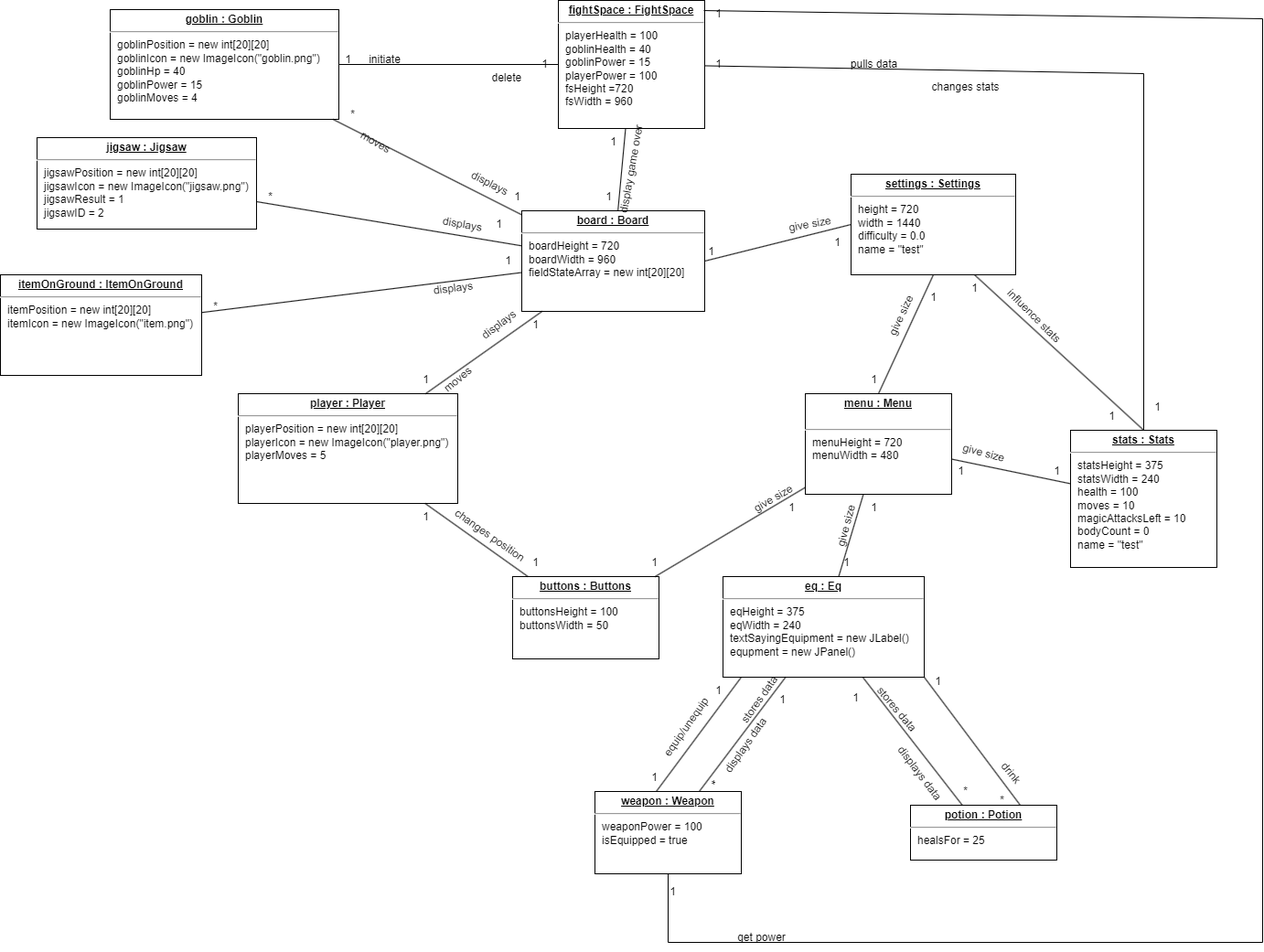
Above: diagram_obiektów.png in jacob-w4/Java-simple-game (draw.io), before the change. Source tidied: cells renumbered, new cells last; positions are measured from the earlier drawing's top-left corner, leaving out a move shared by most shapes.
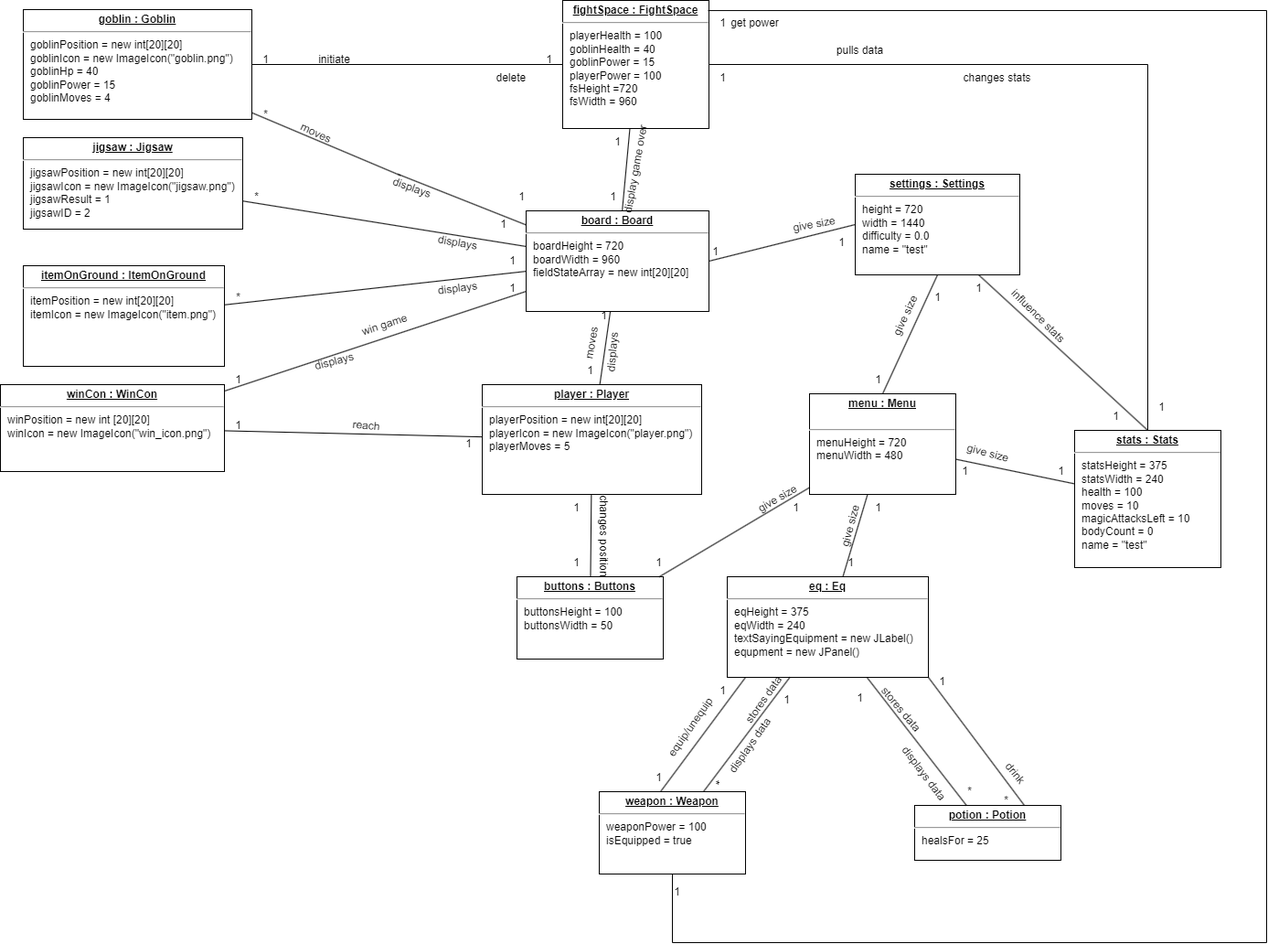
After the commit.

The edit, as a diff of the source:
```diff
@@ -30,16 +30,16 @@
       <mxGeometry x="610" width="160" height="140" as="geometry" />
     </mxCell>
     <mxCell id="11" value="&lt;p style=&quot;margin:0px;margin-top:4px;text-align:center;text-decoration:underline;&quot;&gt;&lt;b&gt;goblin : Goblin&lt;/b&gt;&lt;/p&gt;&lt;hr&gt;&lt;p style=&quot;margin:0px;margin-left:8px;&quot;&gt;goblinPosition = new int[20][20]&lt;/p&gt;&lt;p style=&quot;margin:0px;margin-left:8px;&quot;&gt;goblinIcon = new ImageIcon(&quot;goblin.png&quot;)&lt;/p&gt;&lt;p style=&quot;margin:0px;margin-left:8px;&quot;&gt;goblinHp = 40&lt;/p&gt;&lt;p style=&quot;margin:0px;margin-left:8px;&quot;&gt;goblinPower = 15&lt;/p&gt;&lt;p style=&quot;margin:0px;margin-left:8px;&quot;&gt;goblinMoves = 4&lt;/p&gt;" style="verticalAlign=top;align=left;overflow=fill;fontSize=12;fontFamily=Helvetica;html=1;whiteSpace=wrap;" parent="1" vertex="1">
-      <mxGeometry x="120" y="10" width="250" height="120" as="geometry" />
+      <mxGeometry x="20" y="10" width="250" height="120" as="geometry" />
     </mxCell>
     <mxCell id="12" value="&lt;p style=&quot;margin:0px;margin-top:4px;text-align:center;text-decoration:underline;&quot;&gt;&lt;b&gt;player : Player&lt;/b&gt;&lt;/p&gt;&lt;hr&gt;&lt;p style=&quot;margin:0px;margin-left:8px;&quot;&gt;playerPosition = new int[20][20]&lt;br&gt;playerIcon = new ImageIcon(&quot;player.png&quot;)&lt;br&gt;playerMoves = 5&lt;/p&gt;&lt;p style=&quot;margin:0px;margin-left:8px;&quot;&gt;&lt;br&gt;&lt;/p&gt;" style="verticalAlign=top;align=left;overflow=fill;fontSize=12;fontFamily=Helvetica;html=1;whiteSpace=wrap;" parent="1" vertex="1">
-      <mxGeometry x="260" y="430" width="240" height="120" as="geometry" />
+      <mxGeometry x="522" y="420" width="240" height="120" as="geometry" />
     </mxCell>
     <mxCell id="13" value="&lt;p style=&quot;margin:0px;margin-top:4px;text-align:center;text-decoration:underline;&quot;&gt;&lt;b&gt;jigsaw : Jigsaw&lt;/b&gt;&lt;/p&gt;&lt;hr&gt;&lt;p style=&quot;margin:0px;margin-left:8px;&quot;&gt;jigsawPosition = new int[20][20]&lt;/p&gt;&lt;p style=&quot;margin:0px;margin-left:8px;&quot;&gt;jigsawIcon = new ImageIcon(&quot;jigsaw.png&quot;)&lt;/p&gt;&lt;p style=&quot;margin:0px;margin-left:8px;&quot;&gt;jigsawResult = 1&lt;/p&gt;&lt;p style=&quot;margin:0px;margin-left:8px;&quot;&gt;jigsawID = 2&lt;/p&gt;" style="verticalAlign=top;align=left;overflow=fill;fontSize=12;fontFamily=Helvetica;html=1;whiteSpace=wrap;" parent="1" vertex="1">
-      <mxGeometry x="40" y="150" width="240" height="100" as="geometry" />
+      <mxGeometry x="20" y="150" width="240" height="100" as="geometry" />
     </mxCell>
     <mxCell id="14" value="&lt;p style=&quot;margin:0px;margin-top:4px;text-align:center;text-decoration:underline;&quot;&gt;&lt;b&gt;itemOnGround : ItemOnGround&lt;/b&gt;&lt;/p&gt;&lt;hr&gt;&lt;p style=&quot;margin:0px;margin-left:8px;&quot;&gt;itemPosition = new int[20][20]&lt;/p&gt;&lt;p style=&quot;margin:0px;margin-left:8px;&quot;&gt;itemIcon = new ImageIcon(&quot;item.png&quot;)&lt;/p&gt;" style="verticalAlign=top;align=left;overflow=fill;fontSize=12;fontFamily=Helvetica;html=1;whiteSpace=wrap;" parent="1" vertex="1">
-      <mxGeometry y="300" width="220" height="110" as="geometry" />
+      <mxGeometry x="20" y="290" width="220" height="110" as="geometry" />
     </mxCell>
     <mxCell id="15" style="endArrow=none;html=1;rounded=0;entryX=0.5;entryY=1;entryDx=0;entryDy=0;exitX=0.5;exitY=0;exitDx=0;exitDy=0;" parent="1" edge="1" source="3" target="2">
       <mxGeometry relative="1" as="geometry" />
@@ -80,8 +80,8 @@
     <mxCell id="27" style="endArrow=none;html=1;rounded=0;" parent="1" edge="1" source="4" target="12">
       <mxGeometry relative="1" as="geometry" />
     </mxCell>
-    <mxCell id="28" value="changes position" style="text;html=1;align=center;verticalAlign=middle;strokeColor=none;fillColor=none;rotation=35;" parent="1" vertex="1">
-      <mxGeometry x="480" y="570" width="110" height="30" as="geometry" />
+    <mxCell id="28" value="changes position" style="text;html=1;align=center;verticalAlign=middle;strokeColor=none;fillColor=none;rotation=90;" parent="1" vertex="1">
+      <mxGeometry x="600" y="570" width="110" height="30" as="geometry" />
     </mxCell>
     <mxCell id="29" style="endArrow=none;html=1;rounded=0;" parent="1" edge="1" source="7" target="6">
       <mxGeometry relative="1" as="geometry" />
@@ -145,102 +145,96 @@
     <mxCell id="48" style="endArrow=none;html=1;rounded=0;" parent="1" edge="1" source="13" target="9">
       <mxGeometry relative="1" as="geometry" />
     </mxCell>
-    <mxCell id="49" style="endArrow=none;html=1;rounded=0;" parent="1" edge="1" source="11" target="9">
-      <mxGeometry relative="1" as="geometry" />
-    </mxCell>
     <mxCell id="50" style="endArrow=none;html=1;rounded=0;" parent="1" edge="1" source="14" target="9">
       <mxGeometry relative="1" as="geometry" />
     </mxCell>
     <mxCell id="51" value="displays" style="text;html=1;align=center;verticalAlign=middle;strokeColor=none;fillColor=none;rotation=-7;" parent="1" vertex="1">
       <mxGeometry x="460" y="300" width="70" height="30" as="geometry" />
     </mxCell>
-    <mxCell id="52" value="displays" style="text;html=1;align=center;verticalAlign=middle;strokeColor=none;fillColor=none;rotation=27;" parent="1" vertex="1">
-      <mxGeometry x="500" y="185" width="70" height="30" as="geometry" />
-    </mxCell>
     <mxCell id="53" value="displays" style="text;html=1;align=center;verticalAlign=middle;strokeColor=none;fillColor=none;rotation=10;" parent="1" vertex="1">
-      <mxGeometry x="470" y="230" width="70" height="30" as="geometry" />
+      <mxGeometry x="460" y="250" width="70" height="30" as="geometry" />
     </mxCell>
-    <mxCell id="54" value="displays" style="text;html=1;align=center;verticalAlign=middle;strokeColor=none;fillColor=none;rotation=-37;" parent="1" vertex="1">
-      <mxGeometry x="510" y="340" width="70" height="30" as="geometry" />
+    <mxCell id="54" value="displays" style="text;html=1;align=center;verticalAlign=middle;strokeColor=none;fillColor=none;rotation=-85;" parent="1" vertex="1">
+      <mxGeometry x="630" y="370" width="70" height="30" as="geometry" />
     </mxCell>
     <mxCell id="55" value="1" style="text;html=1;align=center;verticalAlign=middle;strokeColor=none;fillColor=none;" parent="1" vertex="1">
-      <mxGeometry x="570" y="340" width="30" height="30" as="geometry" />
+      <mxGeometry x="640" y="330" width="30" height="30" as="geometry" />
     </mxCell>
     <mxCell id="56" value="1" style="text;html=1;align=center;verticalAlign=middle;strokeColor=none;fillColor=none;" parent="1" vertex="1">
-      <mxGeometry x="450" y="400" width="30" height="30" as="geometry" />
+      <mxGeometry x="625" y="390" width="30" height="30" as="geometry" />
     </mxCell>
     <mxCell id="57" value="1" style="text;html=1;align=center;verticalAlign=middle;strokeColor=none;fillColor=none;" parent="1" vertex="1">
       <mxGeometry x="550" y="200" width="30" height="30" as="geometry" />
     </mxCell>
     <mxCell id="58" value="*" style="text;html=1;align=center;verticalAlign=middle;strokeColor=none;fillColor=none;" parent="1" vertex="1">
-      <mxGeometry x="370" y="110" width="30" height="30" as="geometry" />
+      <mxGeometry x="270" y="110" width="30" height="30" as="geometry" />
     </mxCell>
     <mxCell id="59" value="1" style="text;html=1;align=center;verticalAlign=middle;strokeColor=none;fillColor=none;" parent="1" vertex="1">
       <mxGeometry x="540" y="270" width="30" height="30" as="geometry" />
     </mxCell>
     <mxCell id="60" value="*" style="text;html=1;align=center;verticalAlign=middle;strokeColor=none;fillColor=none;" parent="1" vertex="1">
-      <mxGeometry x="220" y="320" width="30" height="30" as="geometry" />
+      <mxGeometry x="240" y="310" width="30" height="30" as="geometry" />
     </mxCell>
     <mxCell id="61" value="*" style="text;html=1;align=center;verticalAlign=middle;strokeColor=none;fillColor=none;" parent="1" vertex="1">
-      <mxGeometry x="280" y="200" width="30" height="30" as="geometry" />
+      <mxGeometry x="260" y="200" width="30" height="30" as="geometry" />
     </mxCell>
     <mxCell id="62" value="1" style="text;html=1;align=center;verticalAlign=middle;strokeColor=none;fillColor=none;" parent="1" vertex="1">
       <mxGeometry x="530" y="230" width="30" height="30" as="geometry" />
     </mxCell>
-    <mxCell id="63" value="moves" style="text;html=1;align=center;verticalAlign=middle;strokeColor=none;fillColor=none;rotation=30;" parent="1" vertex="1">
-      <mxGeometry x="380" y="140" width="60" height="30" as="geometry" />
+    <mxCell id="63" value="moves" style="text;html=1;align=center;verticalAlign=middle;strokeColor=none;fillColor=none;rotation=25;" parent="1" vertex="1">
+      <mxGeometry x="310" y="130" width="60" height="30" as="geometry" />
     </mxCell>
-    <mxCell id="64" value="moves" style="text;html=1;align=center;verticalAlign=middle;strokeColor=none;fillColor=none;rotation=-40;" parent="1" vertex="1">
-      <mxGeometry x="470" y="400" width="60" height="30" as="geometry" />
+    <mxCell id="64" value="moves" style="text;html=1;align=center;verticalAlign=middle;strokeColor=none;fillColor=none;rotation=-80;" parent="1" vertex="1">
+      <mxGeometry x="612" y="360" width="60" height="30" as="geometry" />
     </mxCell>
     <mxCell id="65" style="endArrow=none;html=1;rounded=0;" parent="1" edge="1" source="11" target="10">
       <mxGeometry relative="1" as="geometry" />
     </mxCell>
     <mxCell id="66" value="initiate" style="text;html=1;align=center;verticalAlign=middle;strokeColor=none;fillColor=none;" parent="1" vertex="1">
-      <mxGeometry x="390" y="50" width="60" height="30" as="geometry" />
+      <mxGeometry x="330" y="50" width="60" height="30" as="geometry" />
     </mxCell>
     <mxCell id="67" value="1" style="text;html=1;align=center;verticalAlign=middle;strokeColor=none;fillColor=none;" parent="1" vertex="1">
-      <mxGeometry x="365" y="50" width="30" height="30" as="geometry" />
+      <mxGeometry x="270" y="50" width="30" height="30" as="geometry" />
     </mxCell>
     <mxCell id="68" value="1" style="text;html=1;align=center;verticalAlign=middle;strokeColor=none;fillColor=none;" parent="1" vertex="1">
-      <mxGeometry x="580" y="55" width="30" height="30" as="geometry" />
+      <mxGeometry x="580" y="50" width="30" height="30" as="geometry" />
     </mxCell>
     <mxCell id="69" style="endArrow=none;html=1;rounded=0;" parent="1" edge="1" source="5" target="10">
       <mxGeometry relative="1" as="geometry">
         <Array as="points">
-          <mxPoint x="1250" y="80" />
+          <mxPoint x="1250" y="70" />
         </Array>
       </mxGeometry>
     </mxCell>
     <mxCell id="70" value="pulls data" style="text;html=1;align=center;verticalAlign=middle;strokeColor=none;fillColor=none;" parent="1" vertex="1">
-      <mxGeometry x="920" y="55" width="70" height="30" as="geometry" />
+      <mxGeometry x="900" y="40" width="70" height="30" as="geometry" />
     </mxCell>
     <mxCell id="71" value="1" style="text;html=1;align=center;verticalAlign=middle;strokeColor=none;fillColor=none;" parent="1" vertex="1">
-      <mxGeometry x="770" y="55" width="30" height="30" as="geometry" />
+      <mxGeometry x="770" y="70" width="30" height="30" as="geometry" />
     </mxCell>
     <mxCell id="72" value="1" style="text;html=1;align=center;verticalAlign=middle;strokeColor=none;fillColor=none;" parent="1" vertex="1">
       <mxGeometry x="1250" y="430" width="30" height="30" as="geometry" />
     </mxCell>
     <mxCell id="73" value="changes stats" style="text;html=1;align=center;verticalAlign=middle;strokeColor=none;fillColor=none;" parent="1" vertex="1">
-      <mxGeometry x="1005" y="80" width="100" height="30" as="geometry" />
+      <mxGeometry x="1035" y="70" width="100" height="30" as="geometry" />
     </mxCell>
     <mxCell id="74" style="endArrow=none;html=1;rounded=0;exitX=0.994;exitY=0.079;exitDx=0;exitDy=0;exitPerimeter=0;" parent="1" edge="1" source="10" target="7">
       <mxGeometry relative="1" as="geometry">
         <Array as="points">
-          <mxPoint x="1380" y="20" />
+          <mxPoint x="1380" y="11" />
           <mxPoint x="1380" y="1030" />
           <mxPoint x="730" y="1030" />
         </Array>
       </mxGeometry>
     </mxCell>
     <mxCell id="75" value="get power" style="text;html=1;align=center;verticalAlign=middle;strokeColor=none;fillColor=none;" parent="1" vertex="1">
-      <mxGeometry x="792" y="1010" width="80" height="30" as="geometry" />
+      <mxGeometry x="780" y="10" width="80" height="30" as="geometry" />
     </mxCell>
     <mxCell id="76" value="1" style="text;html=1;align=center;verticalAlign=middle;strokeColor=none;fillColor=none;" parent="1" vertex="1">
       <mxGeometry x="720" y="960" width="30" height="30" as="geometry" />
     </mxCell>
     <mxCell id="77" value="1" style="text;html=1;align=center;verticalAlign=middle;strokeColor=none;fillColor=none;" parent="1" vertex="1">
-      <mxGeometry x="770" width="30" height="30" as="geometry" />
+      <mxGeometry x="770" y="10" width="30" height="30" as="geometry" />
     </mxCell>
     <mxCell id="78" value="delete&amp;nbsp;" style="text;html=1;align=center;verticalAlign=middle;strokeColor=none;fillColor=none;" parent="1" vertex="1">
       <mxGeometry x="525" y="70" width="60" height="30" as="geometry" />
@@ -294,10 +288,53 @@
       <mxGeometry x="940" y="540" width="30" height="30" as="geometry" />
     </mxCell>
     <mxCell id="95" value="1" style="text;html=1;align=center;verticalAlign=middle;strokeColor=none;fillColor=none;" parent="1" vertex="1">
-      <mxGeometry x="570" y="600" width="30" height="30" as="geometry" />
+      <mxGeometry x="610" y="600" width="30" height="30" as="geometry" />
     </mxCell>
     <mxCell id="96" value="1" style="text;html=1;align=center;verticalAlign=middle;strokeColor=none;fillColor=none;" parent="1" vertex="1">
-      <mxGeometry x="450" y="550" width="30" height="30" as="geometry" />
+      <mxGeometry x="610" y="540" width="30" height="30" as="geometry" />
     </mxCell>
+    <mxCell id="97" style="endArrow=none;html=1;rounded=0;" parent="1" edge="1" source="11">
+      <mxGeometry relative="1" as="geometry">
+        <mxPoint x="432.7" y="191.4" as="targetPoint" />
+      </mxGeometry>
+    </mxCell>
+    <mxCell id="98" value="displays" style="text;html=1;align=center;verticalAlign=middle;strokeColor=none;fillColor=none;rotation=20;" parent="1" vertex="1">
+      <mxGeometry x="410" y="190" width="70" height="30" as="geometry" />
+    </mxCell>
+    <mxCell id="99" style="endArrow=none;html=1;rounded=0;" parent="1" edge="1" target="9">
+      <mxGeometry relative="1" as="geometry">
+        <mxPoint x="430" y="190" as="sourcePoint" />
+      </mxGeometry>
+    </mxCell>
+    <mxCell id="100" value="&lt;p style=&quot;margin:0px;margin-top:4px;text-align:center;text-decoration:underline;&quot;&gt;&lt;b&gt;winCon : WinCon&lt;/b&gt;&lt;/p&gt;&lt;hr&gt;&lt;p style=&quot;margin:0px;margin-left:8px;&quot;&gt;winPosition = new int [20][20]&lt;/p&gt;&lt;p style=&quot;margin:0px;margin-left:8px;&quot;&gt;winIcon = new ImageIcon(&quot;win_icon.png&quot;)&lt;/p&gt;" style="verticalAlign=top;align=left;overflow=fill;fontSize=12;fontFamily=Helvetica;html=1;whiteSpace=wrap;" parent="1" vertex="1">
+      <mxGeometry x="-5" y="420" width="245" height="95" as="geometry" />
+    </mxCell>
+    <mxCell id="101" style="endArrow=none;html=1;rounded=0;" parent="1" edge="1" source="100" target="9">
+      <mxGeometry relative="1" as="geometry" />
+    </mxCell>
+    <mxCell id="102" value="displays" style="text;html=1;align=center;verticalAlign=middle;strokeColor=none;fillColor=none;rotation=-15;" parent="1" vertex="1">
+      <mxGeometry x="325" y="380" width="70" height="30" as="geometry" />
+    </mxCell>
+    <mxCell id="103" value="win game" style="text;html=1;align=center;verticalAlign=middle;strokeColor=none;fillColor=none;rotation=-18;" parent="1" vertex="1">
+      <mxGeometry x="380" y="340" width="70" height="30" as="geometry" />
+    </mxCell>
+    <mxCell id="104" value="1" style="text;html=1;align=center;verticalAlign=middle;strokeColor=none;fillColor=none;" parent="1" vertex="1">
+      <mxGeometry x="240" y="400" width="30" height="30" as="geometry" />
+    </mxCell>
+    <mxCell id="105" value="1" style="text;html=1;align=center;verticalAlign=middle;strokeColor=none;fillColor=none;" parent="1" vertex="1">
+      <mxGeometry x="540" y="300" width="30" height="30" as="geometry" />
+    </mxCell>
+    <mxCell id="106" style="endArrow=none;html=1;rounded=0;" parent="1" edge="1" source="100" target="12">
+      <mxGeometry relative="1" as="geometry" />
+    </mxCell>
+    <mxCell id="107" value="reach" style="text;html=1;align=center;verticalAlign=middle;strokeColor=none;fillColor=none;rotation=5;" parent="1" vertex="1">
+      <mxGeometry x="370" y="450" width="50" height="30" as="geometry" />
+    </mxCell>
+    <mxCell id="108" value="1" style="text;html=1;align=center;verticalAlign=middle;strokeColor=none;fillColor=none;" parent="1" vertex="1">
+      <mxGeometry x="240" y="450" width="30" height="30" as="geometry" />
+    </mxCell>
+    <mxCell id="109" value="1" style="text;html=1;align=center;verticalAlign=middle;strokeColor=none;fillColor=none;" parent="1" vertex="1">
+      <mxGeometry x="492" y="470" width="30" height="30" as="geometry" />
+    </mxCell>
   </root>
 </mxGraphModel>
```
